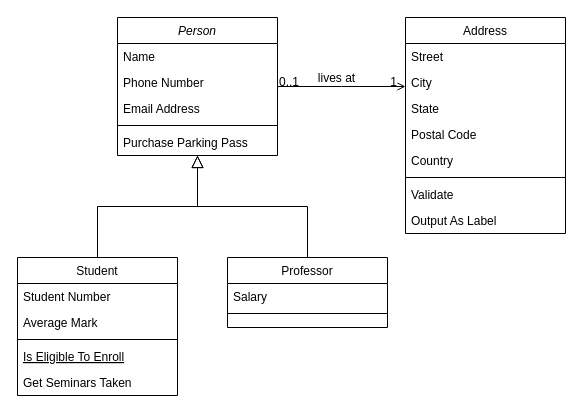
Earlier version of the draw.io diagram Untitled Diagram.drawio (KanPeljto/UML). Source tidied: cells renumbered, new cells numbered last; positions are measured from the earlier drawing's top-left corner, leaving out a move shared by most shapes. Both pictures are drawn from the tidied source at 100%, with x=0, y=0 at pixel (17, 17).
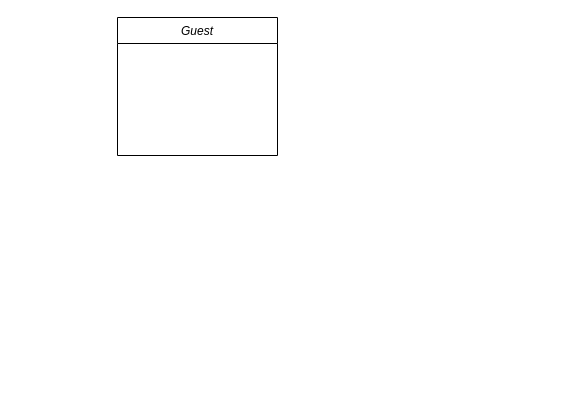
Above is the later version.

Commit message:
Object diagram

What changed in the source:
```diff
@@
-    <mxCell id="2" value="Person" style="swimlane;fontStyle=2;align=center;verticalAlign=top;horizontal=1;startSize=26;rounded=0;shadow=0;strokeWidth=1;" parent="1" vertex="1">
+    <mxCell id="2" value="Guest&#10;" style="swimlane;fontStyle=2;align=center;verticalAlign=top;horizontal=1;startSize=26;rounded=0;shadow=0;strokeWidth=1;" parent="1" vertex="1">
       <mxGeometry x="100" width="160" height="138" as="geometry" />
     </mxCell>
-    <mxCell id="3" value="Name" style="text;align=left;verticalAlign=top;spacingLeft=4;spacingRight=4;overflow=hidden;" parent="2" vertex="1">
-      <mxGeometry y="26" width="160" height="26" as="geometry" />
-    </mxCell>
-    <mxCell id="4" value="Phone Number" style="text;align=left;verticalAlign=top;spacingLeft=4;spacingRight=4;overflow=hidden;rounded=0;shadow=0;html=0;" parent="2" vertex="1">
-      <mxGeometry y="52" width="160" height="26" as="geometry" />
-    </mxCell>
-    <mxCell id="5" value="Email Address" style="text;align=left;verticalAlign=top;spacingLeft=4;spacingRight=4;overflow=hidden;rounded=0;shadow=0;html=0;" parent="2" vertex="1">
-      <mxGeometry y="78" width="160" height="26" as="geometry" />
-    </mxCell>
-    <mxCell id="6" style="line;html=1;strokeWidth=1;align=left;verticalAlign=middle;spacingTop=-1;spacingLeft=3;spacingRight=3;labelPosition=right;" parent="2" vertex="1">
-      <mxGeometry y="104" width="160" height="8" as="geometry" />
-    </mxCell>
-    <mxCell id="7" value="Purchase Parking Pass" style="text;align=left;verticalAlign=top;spacingLeft=4;spacingRight=4;overflow=hidden;" parent="2" vertex="1">
-      <mxGeometry y="112" width="160" height="26" as="geometry" />
-    </mxCell>
-    <mxCell id="8" value="Student" style="swimlane;fontStyle=0;align=center;verticalAlign=top;horizontal=1;startSize=26;rounded=0;shadow=0;strokeWidth=1;" parent="1" vertex="1">
-      <mxGeometry y="240" width="160" height="138" as="geometry" />
-    </mxCell>
-    <mxCell id="9" value="Student Number" style="text;align=left;verticalAlign=top;spacingLeft=4;spacingRight=4;overflow=hidden;" parent="8" vertex="1">
-      <mxGeometry y="26" width="160" height="26" as="geometry" />
-    </mxCell>
-    <mxCell id="10" value="Average Mark" style="text;align=left;verticalAlign=top;spacingLeft=4;spacingRight=4;overflow=hidden;rounded=0;shadow=0;html=0;" parent="8" vertex="1">
-      <mxGeometry y="52" width="160" height="26" as="geometry" />
-    </mxCell>
-    <mxCell id="11" style="line;html=1;strokeWidth=1;align=left;verticalAlign=middle;spacingTop=-1;spacingLeft=3;spacingRight=3;labelPosition=right;" parent="8" vertex="1">
-      <mxGeometry y="78" width="160" height="8" as="geometry" />
-    </mxCell>
-    <mxCell id="12" value="Is Eligible To Enroll" style="text;align=left;verticalAlign=top;spacingLeft=4;spacingRight=4;overflow=hidden;fontStyle=4;" parent="8" vertex="1">
-      <mxGeometry y="86" width="160" height="26" as="geometry" />
-    </mxCell>
-    <mxCell id="13" value="Get Seminars Taken" style="text;align=left;verticalAlign=top;spacingLeft=4;spacingRight=4;overflow=hidden;" parent="8" vertex="1">
-      <mxGeometry y="112" width="160" height="26" as="geometry" />
-    </mxCell>
-    <mxCell id="14" style="endArrow=block;endSize=10;endFill=0;shadow=0;strokeWidth=1;rounded=0;edgeStyle=elbowEdgeStyle;elbow=vertical;" parent="1" edge="1" source="8" target="2">
-      <mxGeometry relative="1" as="geometry" />
-    </mxCell>
-    <mxCell id="15" value="Professor" style="swimlane;fontStyle=0;align=center;verticalAlign=top;horizontal=1;startSize=26;rounded=0;shadow=0;strokeWidth=1;" parent="1" vertex="1">
-      <mxGeometry x="210" y="240" width="160" height="70" as="geometry" />
-    </mxCell>
-    <mxCell id="16" value="Salary" style="text;align=left;verticalAlign=top;spacingLeft=4;spacingRight=4;overflow=hidden;" parent="15" vertex="1">
-      <mxGeometry y="26" width="160" height="26" as="geometry" />
-    </mxCell>
-    <mxCell id="17" style="line;html=1;strokeWidth=1;align=left;verticalAlign=middle;spacingTop=-1;spacingLeft=3;spacingRight=3;labelPosition=right;" parent="15" vertex="1">
-      <mxGeometry y="52" width="160" height="8" as="geometry" />
-    </mxCell>
-    <mxCell id="18" style="endArrow=block;endSize=10;endFill=0;shadow=0;strokeWidth=1;rounded=0;edgeStyle=elbowEdgeStyle;elbow=vertical;" parent="1" edge="1" source="15" target="2">
-      <mxGeometry relative="1" as="geometry" />
-    </mxCell>
-    <mxCell id="19" value="Address" style="swimlane;fontStyle=0;align=center;verticalAlign=top;horizontal=1;startSize=26;rounded=0;shadow=0;strokeWidth=1;" parent="1" vertex="1">
-      <mxGeometry x="388" width="160" height="216" as="geometry" />
-    </mxCell>
-    <mxCell id="20" value="Street" style="text;align=left;verticalAlign=top;spacingLeft=4;spacingRight=4;overflow=hidden;" parent="19" vertex="1">
-      <mxGeometry y="26" width="160" height="26" as="geometry" />
-    </mxCell>
-    <mxCell id="21" value="City" style="text;align=left;verticalAlign=top;spacingLeft=4;spacingRight=4;overflow=hidden;rounded=0;shadow=0;html=0;" parent="19" vertex="1">
-      <mxGeometry y="52" width="160" height="26" as="geometry" />
-    </mxCell>
-    <mxCell id="22" value="State" style="text;align=left;verticalAlign=top;spacingLeft=4;spacingRight=4;overflow=hidden;rounded=0;shadow=0;html=0;" parent="19" vertex="1">
-      <mxGeometry y="78" width="160" height="26" as="geometry" />
-    </mxCell>
-    <mxCell id="23" value="Postal Code" style="text;align=left;verticalAlign=top;spacingLeft=4;spacingRight=4;overflow=hidden;rounded=0;shadow=0;html=0;" parent="19" vertex="1">
-      <mxGeometry y="104" width="160" height="26" as="geometry" />
-    </mxCell>
-    <mxCell id="24" value="Country" style="text;align=left;verticalAlign=top;spacingLeft=4;spacingRight=4;overflow=hidden;rounded=0;shadow=0;html=0;" parent="19" vertex="1">
-      <mxGeometry y="130" width="160" height="26" as="geometry" />
-    </mxCell>
-    <mxCell id="25" style="line;html=1;strokeWidth=1;align=left;verticalAlign=middle;spacingTop=-1;spacingLeft=3;spacingRight=3;labelPosition=right;" parent="19" vertex="1">
-      <mxGeometry y="156" width="160" height="8" as="geometry" />
-    </mxCell>
-    <mxCell id="26" value="Validate" style="text;align=left;verticalAlign=top;spacingLeft=4;spacingRight=4;overflow=hidden;" parent="19" vertex="1">
-      <mxGeometry y="164" width="160" height="26" as="geometry" />
-    </mxCell>
-    <mxCell id="27" value="Output As Label" style="text;align=left;verticalAlign=top;spacingLeft=4;spacingRight=4;overflow=hidden;" parent="19" vertex="1">
-      <mxGeometry y="190" width="160" height="26" as="geometry" />
-    </mxCell>
-    <mxCell id="28" style="endArrow=open;shadow=0;strokeWidth=1;rounded=0;endFill=1;edgeStyle=elbowEdgeStyle;elbow=vertical;" parent="1" edge="1" source="2" target="19">
-      <mxGeometry x="0.5" y="41" relative="1" as="geometry">
-        <mxPoint x="-40" y="32" as="offset" />
-      </mxGeometry>
-    </mxCell>
-    <mxCell id="29" value="0..1" style="align=left;verticalAlign=bottom;labelBackgroundColor=none;fontSize=12;" parent="28" vertex="1">
-      <mxGeometry x="-1" relative="1" as="geometry">
-        <mxPoint y="4" as="offset" />
-      </mxGeometry>
-    </mxCell>
-    <mxCell id="30" value="1" style="align=right;verticalAlign=bottom;labelBackgroundColor=none;fontSize=12;" parent="28" vertex="1">
-      <mxGeometry x="1" relative="1" as="geometry">
-        <mxPoint x="-7" y="4" as="offset" />
-      </mxGeometry>
-    </mxCell>
-    <mxCell id="31" value="lives at" style="text;html=1;align=center;verticalAlign=middle;labelBackgroundColor=none;rounded=0;shadow=0;strokeWidth=1;fontSize=12;" parent="28" vertex="1">
-      <mxGeometry x="0.5" y="49" relative="1" as="geometry">
-        <mxPoint x="-38" y="40" as="offset" />
-      </mxGeometry>
-    </mxCell>
```
